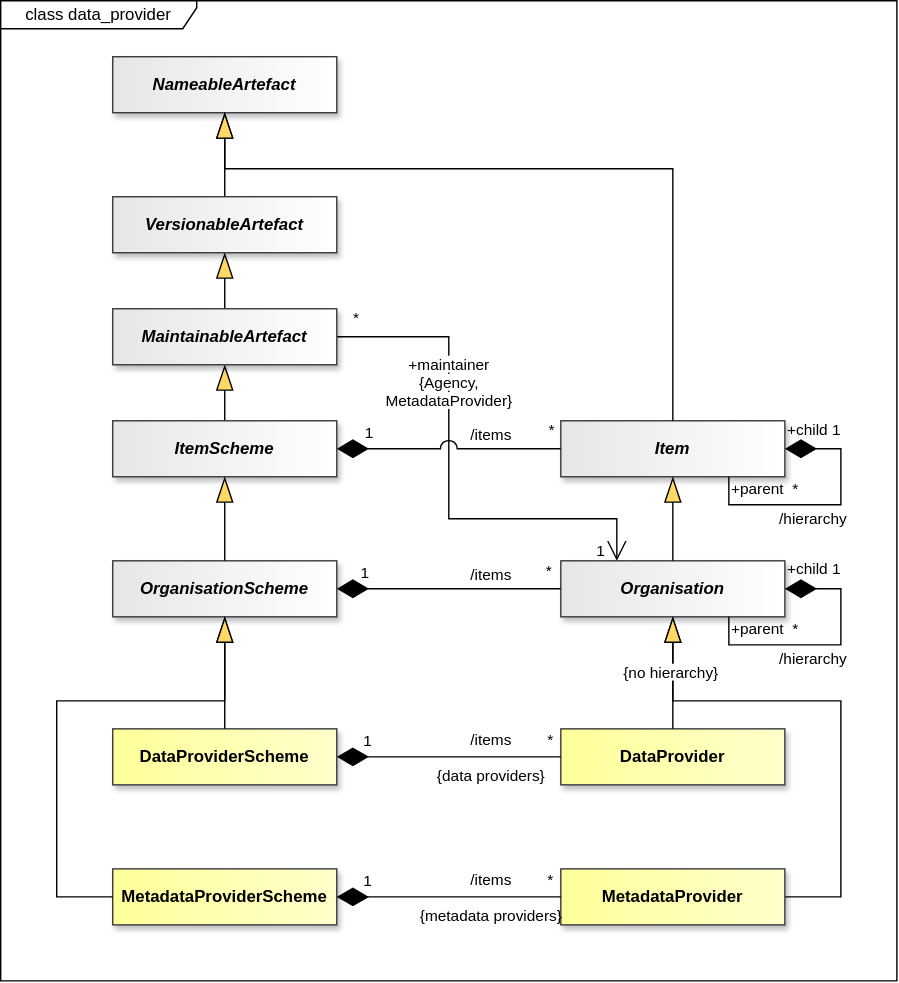
This is docs/logical_interfaces/media/sdmx_registry-data_provider.svg from sdmx-twg/sdmx-im, a draw.io export, as it was before one commit. Source tidied: cells renumbered, new cells last; positions are measured from the earlier drawing's top-left corner, leaving out a move shared by most shapes.
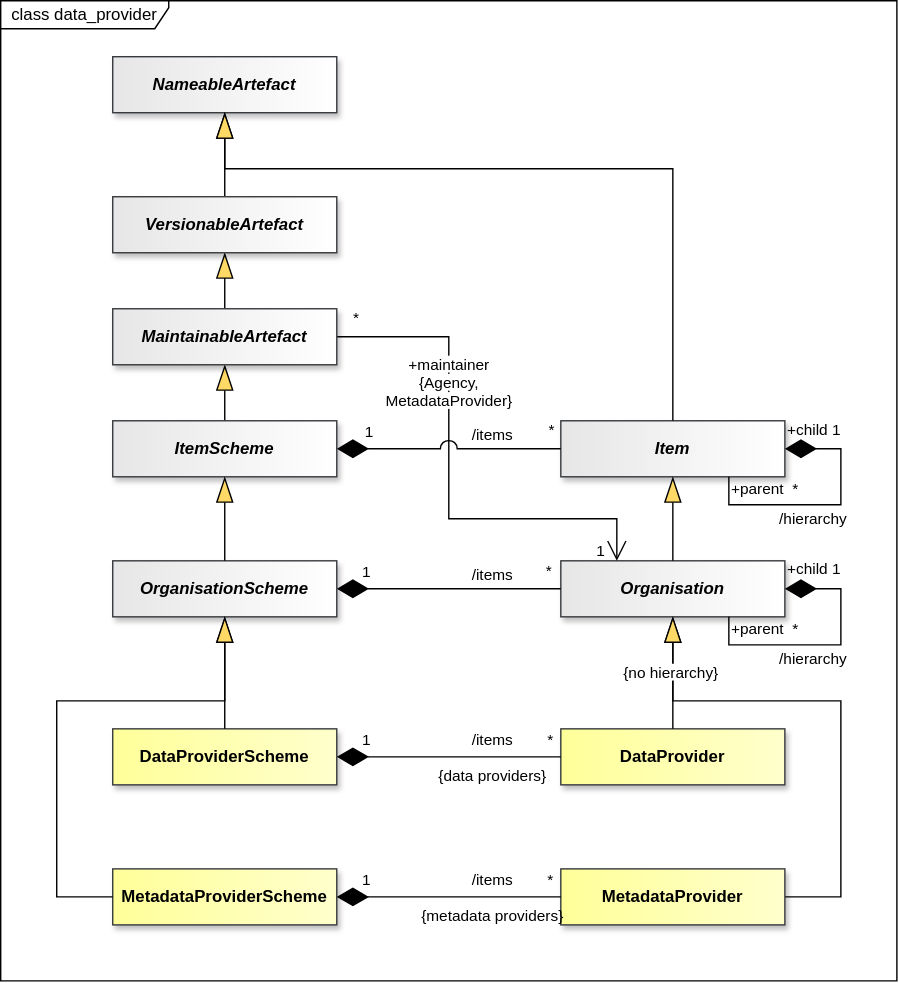
Above is the later version.

The edit, as a diff of the source:
```diff
@@ -2,7 +2,7 @@
   <root>
     <mxCell id="0" />
     <mxCell id="1" parent="0" />
-    <mxCell id="2" value="class data_provider" style="shape=umlFrame;whiteSpace=wrap;html=1;fillColor=light-dark(#FFFFFF,#121212);swimlaneFillColor=light-dark(#FFFFFF,#121212);width=140;height=20;" parent="1" vertex="1">
+    <mxCell id="2" value="class data_provider" style="shape=umlFrame;whiteSpace=wrap;html=1;fillColor=light-dark(#FFFFFF,#121212);swimlaneFillColor=light-dark(#FFFFFF,#121212);width=120;height=20;" parent="1" vertex="1">
       <mxGeometry width="640" height="700" as="geometry" />
     </mxCell>
     <mxCell id="3" style="endArrow=blockThin;endSize=16;endFill=1;html=1;rounded=0;startFill=0;endFillColor=light-dark(#FFD966,#FFD966);strokeColor=light-dark(#000000,#FFFFFF);startFillColor=light-dark(#000000,#FFFFFF);labelBackgroundColor=none;labelBorderColor=light-dark(#000000,#FFFFFF);entryX=0.5;entryY=1;entryDx=0;entryDy=0;exitX=1;exitY=0.5;exitDx=0;exitDy=0;" parent="1" edge="1" source="103" target="68">
```
